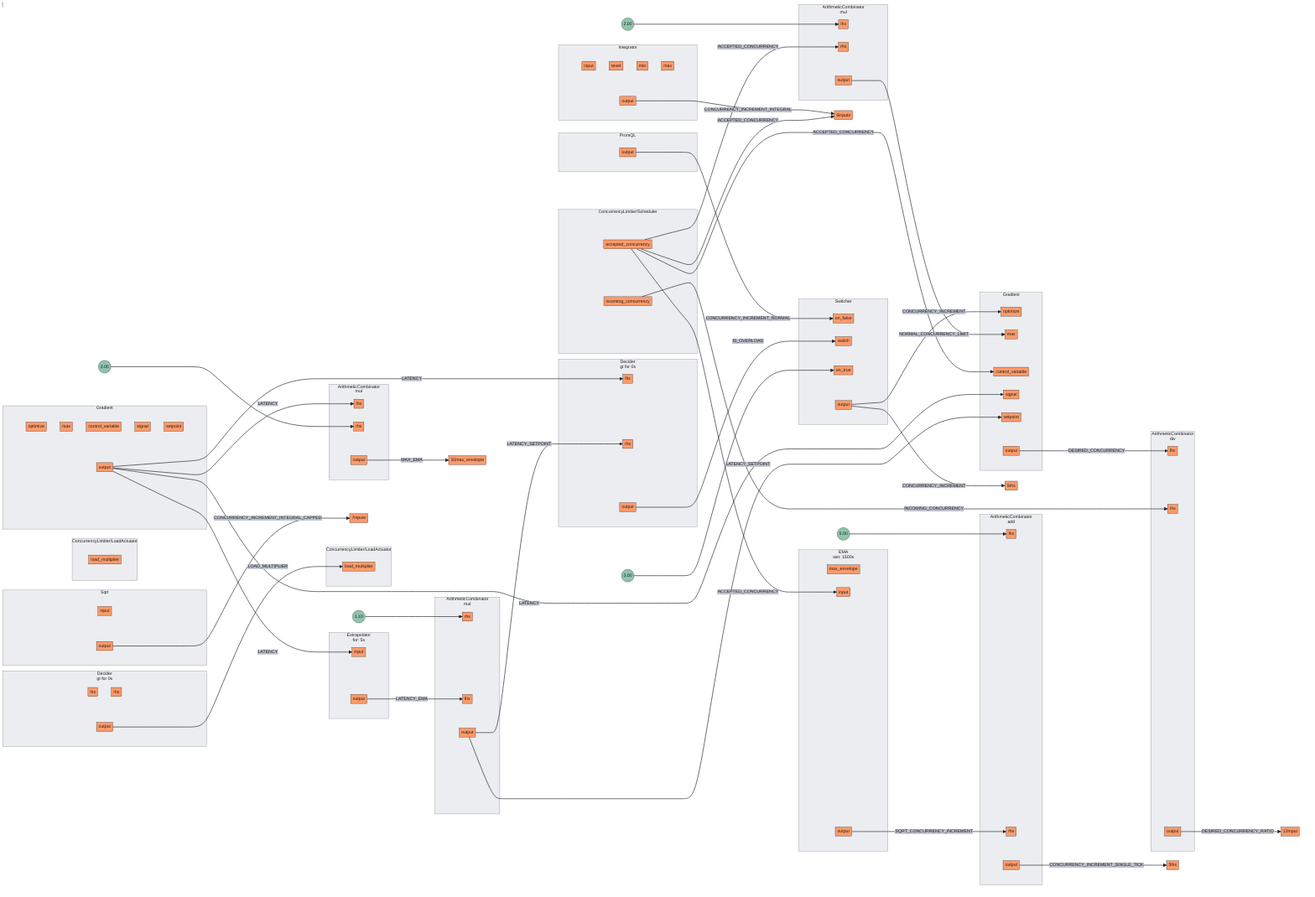
The Mermaid diagram docs/content/tutorials/flow-control/concurrency-limiting/assets/workload-prioritization/workload-prioritization.mmd.png in fluxninja/aperture, before a commit. Its source is kept beside it as docs/content/tutorials/flow-control/concurrency-limiting/assets/workload-prioritization/workload-prioritization.mmd. The source it was exported from:
```mermaid
flowchart LR
subgraph 0[<center>ArithmeticCombinator<br/>mul</center>]
subgraph 0_inports[ ]
style 0_inports fill:none,stroke:none
0lhs[lhs]
0rhs[rhs]
end
subgraph 0_outports[ ]
style 0_outports fill:none,stroke:none
0output[output]
end
end
FakeConstant0((2.00))
FakeConstant0 --> 0rhs
subgraph 1[<center>ArithmeticCombinator<br/>mul</center>]
subgraph 1_inports[ ]
style 1_inports fill:none,stroke:none
1rhs[rhs]
1lhs[lhs]
end
subgraph 1_outports[ ]
style 1_outports fill:none,stroke:none
1output[output]
end
end
FakeConstant1((1.10))
FakeConstant1 --> 1rhs
subgraph 2[<center>ArithmeticCombinator<br/>div</center>]
subgraph 2_inports[ ]
style 2_inports fill:none,stroke:none
2lhs[lhs]
2rhs[rhs]
end
subgraph 2_outports[ ]
style 2_outports fill:none,stroke:none
2output[output]
end
end
subgraph 3[<center>ArithmeticCombinator<br/>mul</center>]
subgraph 3_inports[ ]
style 3_inports fill:none,stroke:none
3lhs[lhs]
3rhs[rhs]
end
subgraph 3_outports[ ]
style 3_outports fill:none,stroke:none
3output[output]
end
end
FakeConstant2((2.00))
FakeConstant2 --> 3lhs
subgraph 4[<center>ArithmeticCombinator<br/>add</center>]
subgraph 4_inports[ ]
style 4_inports fill:none,stroke:none
4lhs[lhs]
4rhs[rhs]
end
subgraph 4_outports[ ]
style 4_outports fill:none,stroke:none
4output[output]
end
end
FakeConstant3((5.00))
FakeConstant3 --> 4lhs
subgraph 5[Integrator]
subgraph 5_inports[ ]
style 5_inports fill:none,stroke:none
5input[input]
5reset[reset]
5min[min]
5max[max]
end
subgraph 5_outports[ ]
style 5_outports fill:none,stroke:none
5output[output]
end
end
subgraph 6[Sqrt]
subgraph 6_inports[ ]
style 6_inports fill:none,stroke:none
6input[input]
end
subgraph 6_outports[ ]
style 6_outports fill:none,stroke:none
6output[output]
end
end
subgraph 7[PromQL]
subgraph 7_outports[ ]
style 7_outports fill:none,stroke:none
7output[output]
end
end
subgraph 8[<center>EMA<br/>win: 1500s</center>]
subgraph 8_inports[ ]
style 8_inports fill:none,stroke:none
8max_envelope[max_envelope]
8input[input]
end
subgraph 8_outports[ ]
style 8_outports fill:none,stroke:none
8output[output]
end
end
subgraph 9[Gradient]
subgraph 9_inports[ ]
style 9_inports fill:none,stroke:none
9optimize[optimize]
9max[max]
9control_variable[control_variable]
9signal[signal]
9setpoint[setpoint]
end
subgraph 9_outports[ ]
style 9_outports fill:none,stroke:none
9output[output]
end
end
subgraph 10[<center>Extrapolator<br/>for: 5s</center>]
subgraph 10_inports[ ]
style 10_inports fill:none,stroke:none
10input[input]
end
subgraph 10_outports[ ]
style 10_outports fill:none,stroke:none
10output[output]
end
end
subgraph 11[Gradient]
subgraph 11_inports[ ]
style 11_inports fill:none,stroke:none
11optimize[optimize]
11max[max]
11control_variable[control_variable]
11signal[signal]
11setpoint[setpoint]
end
subgraph 11_outports[ ]
style 11_outports fill:none,stroke:none
11output[output]
end
end
subgraph 11.LoadActuator[ConcurrencyLimiter/LoadActuator]
subgraph 11.LoadActuator_inports[ ]
style 11.LoadActuator_inports fill:none,stroke:none
11.LoadActuatorload_multiplier[load_multiplier]
end
end
subgraph 12[<center>Decider<br/>gt for 0s</center>]
subgraph 12_inports[ ]
style 12_inports fill:none,stroke:none
12lhs[lhs]
12rhs[rhs]
end
subgraph 12_outports[ ]
style 12_outports fill:none,stroke:none
12output[output]
end
end
subgraph 13.Scheduler[ConcurrencyLimiter/Scheduler]
subgraph 13.Scheduler_outports[ ]
style 13.Scheduler_outports fill:none,stroke:none
13.Schedulerincoming_concurrency[incoming_concurrency]
13.Scheduleraccepted_concurrency[accepted_concurrency]
end
end
subgraph 13.LoadActuator[ConcurrencyLimiter/LoadActuator]
subgraph 13.LoadActuator_inports[ ]
style 13.LoadActuator_inports fill:none,stroke:none
13.LoadActuatorload_multiplier[load_multiplier]
end
end
subgraph 15[Switcher]
subgraph 15_inports[ ]
style 15_inports fill:none,stroke:none
15on_false[on_false]
15switch[switch]
15on_true[on_true]
end
subgraph 15_outports[ ]
style 15_outports fill:none,stroke:none
15output[output]
end
end
FakeConstant5((0.00))
FakeConstant5 --> 15on_true
subgraph 14[<center>Decider<br/>gt for 0s</center>]
subgraph 14_inports[ ]
style 14_inports fill:none,stroke:none
14lhs[lhs]
14rhs[rhs]
end
subgraph 14_outports[ ]
style 14_outports fill:none,stroke:none
14output[output]
end
end
7output --> |CONCURRENCY_INCREMENT_NORMAL| 15on_false
1output --> |LATENCY_SETPOINT| 11setpoint
1output --> |LATENCY_SETPOINT| 14rhs
4output --> |CONCURRENCY_INCREMENT_SINGLE_TICK| 5lhs
10output --> |LATENCY_EMA| 1lhs
13.Scheduleraccepted_concurrency --> |ACCEPTED_CONCURRENCY| 3rhs
13.Scheduleraccepted_concurrency --> |ACCEPTED_CONCURRENCY| 6inputs
13.Scheduleraccepted_concurrency --> |ACCEPTED_CONCURRENCY| 8input
13.Scheduleraccepted_concurrency --> |ACCEPTED_CONCURRENCY| 11control_variable
2output --> |DESIRED_CONCURRENCY_RATIO| 12input
6output --> |CONCURRENCY_INCREMENT_INTEGRAL_CAPPED| 7inputs
5output --> |CONCURRENCY_INCREMENT_INTEGRAL| 6inputs
8output --> |SQRT_CONCURRENCY_INCREMENT| 4rhs
11output --> |DESIRED_CONCURRENCY| 2lhs
15output --> |CONCURRENCY_INCREMENT| 5rhs
15output --> |CONCURRENCY_INCREMENT| 11optimize
0output --> |MAX_EMA| 10max_envelope
3output --> |NORMAL_CONCURRENCY_LIMIT| 11max
13.Schedulerincoming_concurrency --> |INCOMING_CONCURRENCY| 2rhs
14output --> |IS_OVERLOAD| 15switch
9output --> |LATENCY| 0lhs
9output --> |LATENCY| 10input
9output --> |LATENCY| 11signal
9output --> |LATENCY| 14lhs
12output --> |LOAD_MULTIPLIER| 13.LoadActuatorload_multiplier
```
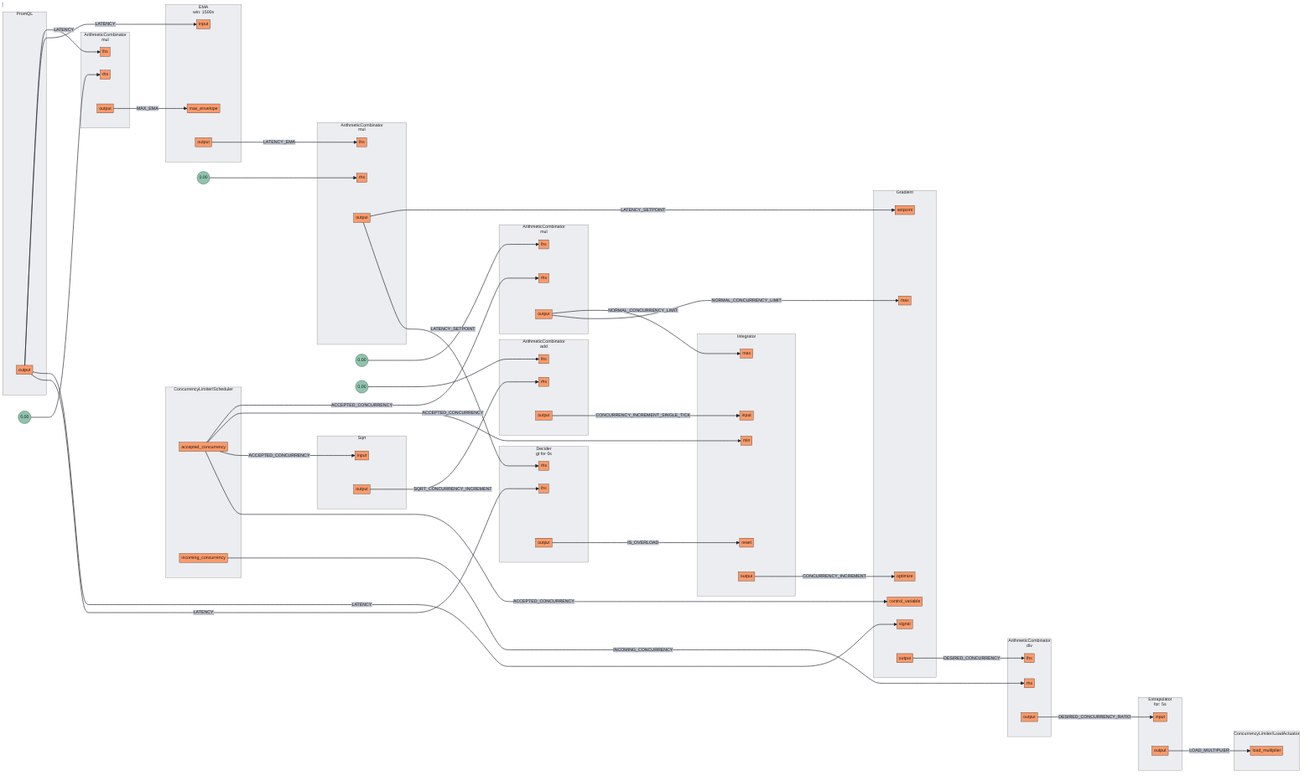
Above is the later version.

Diff of the diagram source:
```diff
@@ -10,20 +10,20 @@
 0output[output]
 end
 end
-FakeConstant0((2.00))
+FakeConstant0((0.00))
 FakeConstant0 --> 0rhs
 subgraph 1[<center>ArithmeticCombinator<br/>mul</center>]
 subgraph 1_inports[ ]
 style 1_inports fill:none,stroke:none
+1lhs[lhs]
 1rhs[rhs]
-1lhs[lhs]
 end
 subgraph 1_outports[ ]
 style 1_outports fill:none,stroke:none
 1output[output]
 end
 end
-FakeConstant1((1.10))
+FakeConstant1((0.00))
 FakeConstant1 --> 1rhs
 subgraph 2[<center>ArithmeticCombinator<br/>div</center>]
 subgraph 2_inports[ ]
@@ -47,7 +47,7 @@
 3output[output]
 end
 end
-FakeConstant2((2.00))
+FakeConstant2((0.00))
 FakeConstant2 --> 3lhs
 subgraph 4[<center>ArithmeticCombinator<br/>add</center>]
 subgraph 4_inports[ ]
@@ -60,7 +60,7 @@
 4output[output]
 end
 end
-FakeConstant3((5.00))
+FakeConstant3((0.00))
 FakeConstant3 --> 4lhs
 subgraph 5[Integrator]
 subgraph 5_inports[ ]
@@ -94,8 +94,8 @@
 subgraph 8[<center>EMA<br/>win: 1500s</center>]
 subgraph 8_inports[ ]
 style 8_inports fill:none,stroke:none
+8input[input]
 8max_envelope[max_envelope]
-8input[input]
 end
 subgraph 8_outports[ ]
 style 8_outports fill:none,stroke:none
@@ -105,11 +105,11 @@
 subgraph 9[Gradient]
 subgraph 9_inports[ ]
 style 9_inports fill:none,stroke:none
-9optimize[optimize]
 9max[max]
 9control_variable[control_variable]
 9signal[signal]
 9setpoint[setpoint]
+9optimize[optimize]
 end
 subgraph 9_outports[ ]
 style 9_outports fill:none,stroke:none
@@ -126,18 +126,11 @@
 10output[output]
 end
 end
-subgraph 11[Gradient]
-subgraph 11_inports[ ]
-style 11_inports fill:none,stroke:none
-11optimize[optimize]
-11max[max]
-11control_variable[control_variable]
-11signal[signal]
-11setpoint[setpoint]
-end
-subgraph 11_outports[ ]
-style 11_outports fill:none,stroke:none
-11output[output]
+subgraph 11.Scheduler[ConcurrencyLimiter/Scheduler]
+subgraph 11.Scheduler_outports[ ]
+style 11.Scheduler_outports fill:none,stroke:none
+11.Scheduleraccepted_concurrency[accepted_concurrency]
+11.Schedulerincoming_concurrency[incoming_concurrency]
 end
 end
 subgraph 11.LoadActuator[ConcurrencyLimiter/LoadActuator]
@@ -157,66 +150,25 @@
 12output[output]
 end
 end
-subgraph 13.Scheduler[ConcurrencyLimiter/Scheduler]
-subgraph 13.Scheduler_outports[ ]
-style 13.Scheduler_outports fill:none,stroke:none
-13.Schedulerincoming_concurrency[incoming_concurrency]
-13.Scheduleraccepted_concurrency[accepted_concurrency]
-end
-end
-subgraph 13.LoadActuator[ConcurrencyLimiter/LoadActuator]
-subgraph 13.LoadActuator_inports[ ]
-style 13.LoadActuator_inports fill:none,stroke:none
-13.LoadActuatorload_multiplier[load_multiplier]
-end
-end
-subgraph 15[Switcher]
-subgraph 15_inports[ ]
-style 15_inports fill:none,stroke:none
-15on_false[on_false]
-15switch[switch]
-15on_true[on_true]
-end
-subgraph 15_outports[ ]
-style 15_outports fill:none,stroke:none
-15output[output]
-end
-end
-FakeConstant5((0.00))
-FakeConstant5 --> 15on_true
-subgraph 14[<center>Decider<br/>gt for 0s</center>]
-subgraph 14_inports[ ]
-style 14_inports fill:none,stroke:none
-14lhs[lhs]
-14rhs[rhs]
-end
-subgraph 14_outports[ ]
-style 14_outports fill:none,stroke:none
-14output[output]
-end
-end
-7output --> |CONCURRENCY_INCREMENT_NORMAL| 15on_false
-1output --> |LATENCY_SETPOINT| 11setpoint
-1output --> |LATENCY_SETPOINT| 14rhs
-4output --> |CONCURRENCY_INCREMENT_SINGLE_TICK| 5lhs
-10output --> |LATENCY_EMA| 1lhs
-13.Scheduleraccepted_concurrency --> |ACCEPTED_CONCURRENCY| 3rhs
-13.Scheduleraccepted_concurrency --> |ACCEPTED_CONCURRENCY| 6inputs
-13.Scheduleraccepted_concurrency --> |ACCEPTED_CONCURRENCY| 8input
-13.Scheduleraccepted_concurrency --> |ACCEPTED_CONCURRENCY| 11control_variable
-2output --> |DESIRED_CONCURRENCY_RATIO| 12input
-6output --> |CONCURRENCY_INCREMENT_INTEGRAL_CAPPED| 7inputs
-5output --> |CONCURRENCY_INCREMENT_INTEGRAL| 6inputs
-8output --> |SQRT_CONCURRENCY_INCREMENT| 4rhs
-11output --> |DESIRED_CONCURRENCY| 2lhs
-15output --> |CONCURRENCY_INCREMENT| 5rhs
-15output --> |CONCURRENCY_INCREMENT| 11optimize
-0output --> |MAX_EMA| 10max_envelope
-3output --> |NORMAL_CONCURRENCY_LIMIT| 11max
-13.Schedulerincoming_concurrency --> |INCOMING_CONCURRENCY| 2rhs
-14output --> |IS_OVERLOAD| 15switch
-9output --> |LATENCY| 0lhs
-9output --> |LATENCY| 10input
-9output --> |LATENCY| 11signal
-9output --> |LATENCY| 14lhs
-12output --> |LOAD_MULTIPLIER| 13.LoadActuatorload_multiplier
+9output --> |DESIRED_CONCURRENCY| 2lhs
+2output --> |DESIRED_CONCURRENCY_RATIO| 10input
+7output --> |LATENCY| 0lhs
+7output --> |LATENCY| 8input
+7output --> |LATENCY| 9signal
+7output --> |LATENCY| 12lhs
+8output --> |LATENCY_EMA| 1lhs
+12output --> |IS_OVERLOAD| 5reset
+0output --> |MAX_EMA| 8max_envelope
+5output --> |CONCURRENCY_INCREMENT| 9optimize
+11.Scheduleraccepted_concurrency --> |ACCEPTED_CONCURRENCY| 3rhs
+11.Scheduleraccepted_concurrency --> |ACCEPTED_CONCURRENCY| 5min
+11.Scheduleraccepted_concurrency --> |ACCEPTED_CONCURRENCY| 6input
+11.Scheduleraccepted_concurrency --> |ACCEPTED_CONCURRENCY| 9control_variable
+11.Schedulerincoming_concurrency --> |INCOMING_CONCURRENCY| 2rhs
+1output --> |LATENCY_SETPOINT| 9setpoint
+1output --> |LATENCY_SETPOINT| 12rhs
+4output --> |CONCURRENCY_INCREMENT_SINGLE_TICK| 5input
+10output --> |LOAD_MULTIPLIER| 11.LoadActuatorload_multiplier
+3output --> |NORMAL_CONCURRENCY_LIMIT| 5max
+3output --> |NORMAL_CONCURRENCY_LIMIT| 9max
+6output --> |SQRT_CONCURRENCY_INCREMENT| 4rhs
```
